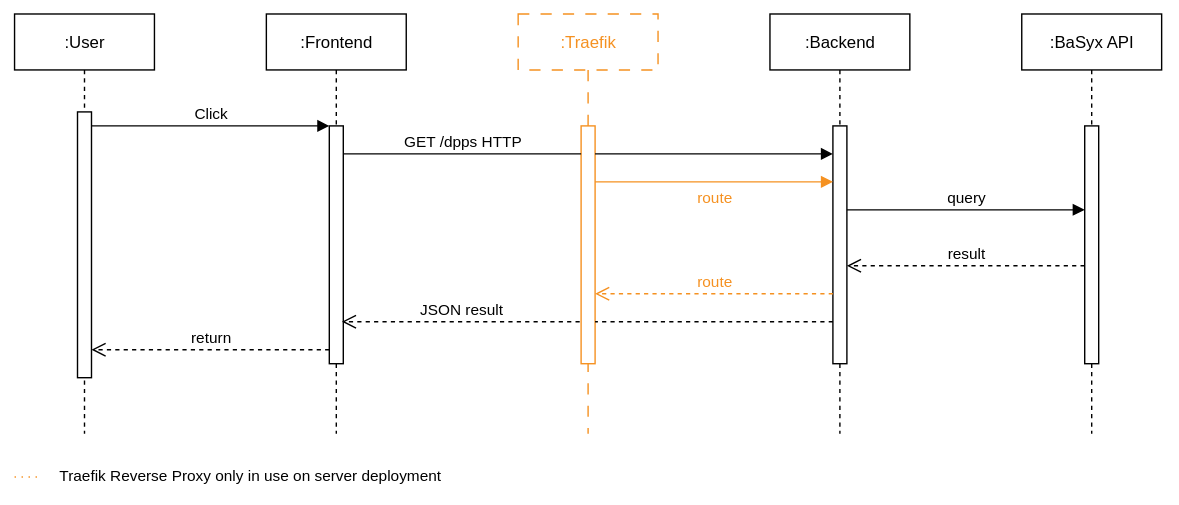
This is PROJECT/SAS/diagrams/sequence-diagram/TINF24F_SAS_Team_6_Sequence-Diagram_R10.drawio.svg from DHBW-TINF24F/Team6-BaSyx-DPP-API, a draw.io export, as it was before one commit. Source tidied: cells renumbered, new cells last; positions are measured from the earlier drawing's top-left corner, leaving out a move shared by most shapes.
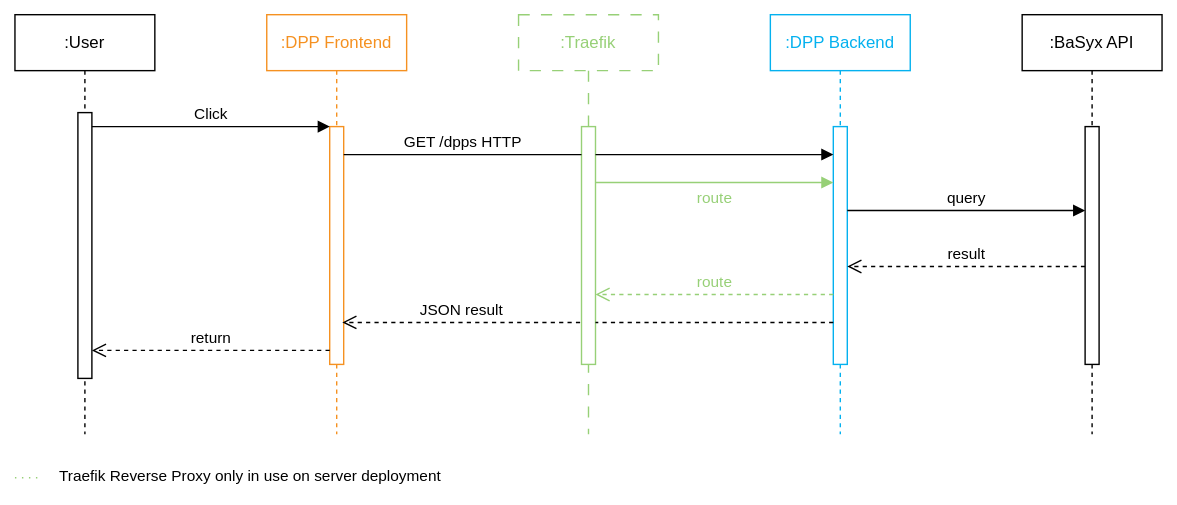
The same diagram one commit later.

Diff of the diagram source:
```diff
@@ -8,10 +8,10 @@
     <mxCell id="3" style="html=1;points=[];perimeter=orthogonalPerimeter;outlineConnect=0;targetShapes=umlLifeline;portConstraint=eastwest;newEdgeStyle={&quot;edgeStyle&quot;:&quot;elbowEdgeStyle&quot;,&quot;elbow&quot;:&quot;vertical&quot;,&quot;curved&quot;:0,&quot;rounded&quot;:0};" parent="2" vertex="1">
       <mxGeometry x="45" y="70" width="10" height="190" as="geometry" />
     </mxCell>
-    <mxCell id="4" value=":Frontend" style="shape=umlLifeline;perimeter=lifelinePerimeter;whiteSpace=wrap;html=1;newEdgeStyle={&quot;edgeStyle&quot;:&quot;elbowEdgeStyle&quot;,&quot;elbow&quot;:&quot;vertical&quot;,&quot;curved&quot;:0,&quot;rounded&quot;:0};" parent="1" vertex="1">
+    <mxCell id="4" value="&lt;font style=&quot;color: rgb(245, 145, 33);&quot;&gt;:DPP Frontend&lt;/font&gt;" style="shape=umlLifeline;perimeter=lifelinePerimeter;whiteSpace=wrap;html=1;newEdgeStyle={&quot;edgeStyle&quot;:&quot;elbowEdgeStyle&quot;,&quot;elbow&quot;:&quot;vertical&quot;,&quot;curved&quot;:0,&quot;rounded&quot;:0};strokeColor=#F59121;" parent="1" vertex="1">
       <mxGeometry x="180" width="100" height="300" as="geometry" />
     </mxCell>
-    <mxCell id="5" style="html=1;points=[];perimeter=orthogonalPerimeter;outlineConnect=0;targetShapes=umlLifeline;portConstraint=eastwest;newEdgeStyle={&quot;edgeStyle&quot;:&quot;elbowEdgeStyle&quot;,&quot;elbow&quot;:&quot;vertical&quot;,&quot;curved&quot;:0,&quot;rounded&quot;:0};" parent="4" vertex="1">
+    <mxCell id="5" style="html=1;points=[];perimeter=orthogonalPerimeter;outlineConnect=0;targetShapes=umlLifeline;portConstraint=eastwest;newEdgeStyle={&quot;edgeStyle&quot;:&quot;elbowEdgeStyle&quot;,&quot;elbow&quot;:&quot;vertical&quot;,&quot;curved&quot;:0,&quot;rounded&quot;:0};strokeColor=#F59121;" parent="4" vertex="1">
       <mxGeometry x="45" y="80" width="10" height="170" as="geometry" />
     </mxCell>
     <mxCell id="6" value="Click" style="html=1;verticalAlign=bottom;endArrow=block;edgeStyle=elbowEdgeStyle;elbow=vertical;curved=0;rounded=0;" parent="1" edge="1" source="3" target="5">
@@ -28,16 +28,16 @@
         </Array>
       </mxGeometry>
     </mxCell>
-    <mxCell id="8" value="&lt;font style=&quot;color: rgb(245, 145, 33);&quot;&gt;:Traefik&lt;/font&gt;" style="shape=umlLifeline;perimeter=lifelinePerimeter;whiteSpace=wrap;html=1;newEdgeStyle={&quot;edgeStyle&quot;:&quot;elbowEdgeStyle&quot;,&quot;elbow&quot;:&quot;vertical&quot;,&quot;curved&quot;:0,&quot;rounded&quot;:0};dashed=1;dashPattern=8 8;strokeColor=#F59121;" parent="1" vertex="1">
+    <mxCell id="8" value="&lt;font style=&quot;color: rgb(151, 208, 119);&quot;&gt;:Traefik&lt;/font&gt;" style="shape=umlLifeline;perimeter=lifelinePerimeter;whiteSpace=wrap;html=1;newEdgeStyle={&quot;edgeStyle&quot;:&quot;elbowEdgeStyle&quot;,&quot;elbow&quot;:&quot;vertical&quot;,&quot;curved&quot;:0,&quot;rounded&quot;:0};dashed=1;dashPattern=8 8;strokeColor=#97D077;" parent="1" vertex="1">
       <mxGeometry x="360" width="100" height="300" as="geometry" />
     </mxCell>
-    <mxCell id="9" style="html=1;perimeter=orthogonalPerimeter;targetShapes=umlLifeline;newEdgeStyle={&quot;edgeStyle&quot;:&quot;elbowEdgeStyle&quot;,&quot;elbow&quot;:&quot;vertical&quot;,&quot;curved&quot;:0,&quot;rounded&quot;:0};strokeColor=#F59121;" parent="8" vertex="1">
+    <mxCell id="9" style="html=1;perimeter=orthogonalPerimeter;targetShapes=umlLifeline;newEdgeStyle={&quot;edgeStyle&quot;:&quot;elbowEdgeStyle&quot;,&quot;elbow&quot;:&quot;vertical&quot;,&quot;curved&quot;:0,&quot;rounded&quot;:0};strokeColor=#97D077;" parent="8" vertex="1">
       <mxGeometry x="45" y="80" width="10" height="170" as="geometry" />
     </mxCell>
-    <mxCell id="10" value=":Backend" style="shape=umlLifeline;perimeter=lifelinePerimeter;whiteSpace=wrap;html=1;newEdgeStyle={&quot;edgeStyle&quot;:&quot;elbowEdgeStyle&quot;,&quot;elbow&quot;:&quot;vertical&quot;,&quot;curved&quot;:0,&quot;rounded&quot;:0};" parent="1" vertex="1">
+    <mxCell id="10" value="&lt;font style=&quot;color: rgb(4, 177, 239);&quot;&gt;:DPP Backend&lt;/font&gt;" style="shape=umlLifeline;perimeter=lifelinePerimeter;whiteSpace=wrap;html=1;newEdgeStyle={&quot;edgeStyle&quot;:&quot;elbowEdgeStyle&quot;,&quot;elbow&quot;:&quot;vertical&quot;,&quot;curved&quot;:0,&quot;rounded&quot;:0};strokeColor=#04B1EF;" parent="1" vertex="1">
       <mxGeometry x="540" width="100" height="300" as="geometry" />
     </mxCell>
-    <mxCell id="11" style="html=1;perimeter=orthogonalPerimeter;targetShapes=umlLifeline;newEdgeStyle={&quot;edgeStyle&quot;:&quot;elbowEdgeStyle&quot;,&quot;elbow&quot;:&quot;vertical&quot;,&quot;curved&quot;:0,&quot;rounded&quot;:0};" parent="10" vertex="1">
+    <mxCell id="11" style="html=1;perimeter=orthogonalPerimeter;targetShapes=umlLifeline;newEdgeStyle={&quot;edgeStyle&quot;:&quot;elbowEdgeStyle&quot;,&quot;elbow&quot;:&quot;vertical&quot;,&quot;curved&quot;:0,&quot;rounded&quot;:0};strokeColor=#04B1EF;" parent="10" vertex="1">
       <mxGeometry x="45" y="80" width="10" height="170" as="geometry" />
     </mxCell>
     <mxCell id="12" value=":BaSyx API" style="shape=umlLifeline;perimeter=lifelinePerimeter;whiteSpace=wrap;html=1;newEdgeStyle={&quot;edgeStyle&quot;:&quot;elbowEdgeStyle&quot;,&quot;elbow&quot;:&quot;vertical&quot;,&quot;curved&quot;:0,&quot;rounded&quot;:0};" parent="1" vertex="1">
@@ -55,7 +55,7 @@
         </Array>
       </mxGeometry>
     </mxCell>
-    <mxCell id="15" value="&lt;font style=&quot;color: rgb(245, 145, 33);&quot;&gt;route&lt;/font&gt;" style="html=1;verticalAlign=bottom;endArrow=block;edgeStyle=elbowEdgeStyle;elbow=vertical;curved=0;rounded=0;strokeColor=#F59121;" parent="1" edge="1">
+    <mxCell id="15" value="&lt;font style=&quot;color: rgb(151, 208, 119);&quot;&gt;route&lt;/font&gt;" style="html=1;verticalAlign=bottom;endArrow=block;edgeStyle=elbowEdgeStyle;elbow=vertical;curved=0;rounded=0;strokeColor=#97D077;" parent="1" edge="1">
       <mxGeometry y="-20" relative="1" as="geometry">
         <mxPoint x="415" y="120" as="sourcePoint" />
         <mxPoint x="585" y="120" as="targetPoint" />
@@ -82,7 +82,7 @@
         </Array>
       </mxGeometry>
     </mxCell>
-    <mxCell id="18" value="&lt;font style=&quot;color: rgb(245, 145, 33);&quot;&gt;route&lt;/font&gt;" style="html=1;verticalAlign=bottom;endArrow=open;dashed=1;endSize=8;edgeStyle=elbowEdgeStyle;elbow=vertical;curved=0;rounded=0;strokeColor=#F59121;" parent="1" edge="1">
+    <mxCell id="18" value="&lt;font style=&quot;color: rgb(151, 208, 119);&quot;&gt;route&lt;/font&gt;" style="html=1;verticalAlign=bottom;endArrow=open;dashed=1;endSize=8;edgeStyle=elbowEdgeStyle;elbow=vertical;curved=0;rounded=0;strokeColor=#97D077;" parent="1" edge="1">
       <mxGeometry relative="1" as="geometry">
         <mxPoint x="585" y="200" as="sourcePoint" />
         <mxPoint x="415" y="200" as="targetPoint" />
@@ -121,7 +121,7 @@
     <mxCell id="22" style="group;" parent="1" vertex="1">
       <mxGeometry y="320" width="310" height="20" as="geometry" />
     </mxCell>
-    <mxCell id="23" style="endArrow=none;dashed=1;html=1;rounded=0;dashPattern=1 4;strokeColor=#F59121;" parent="22" edge="1">
+    <mxCell id="23" style="endArrow=none;dashed=1;html=1;rounded=0;dashPattern=1 4;strokeColor=#97D077;" parent="22" edge="1">
       <mxGeometry relative="1" as="geometry">
         <mxPoint y="11" as="sourcePoint" />
         <mxPoint x="20" y="11" as="targetPoint" />
```
